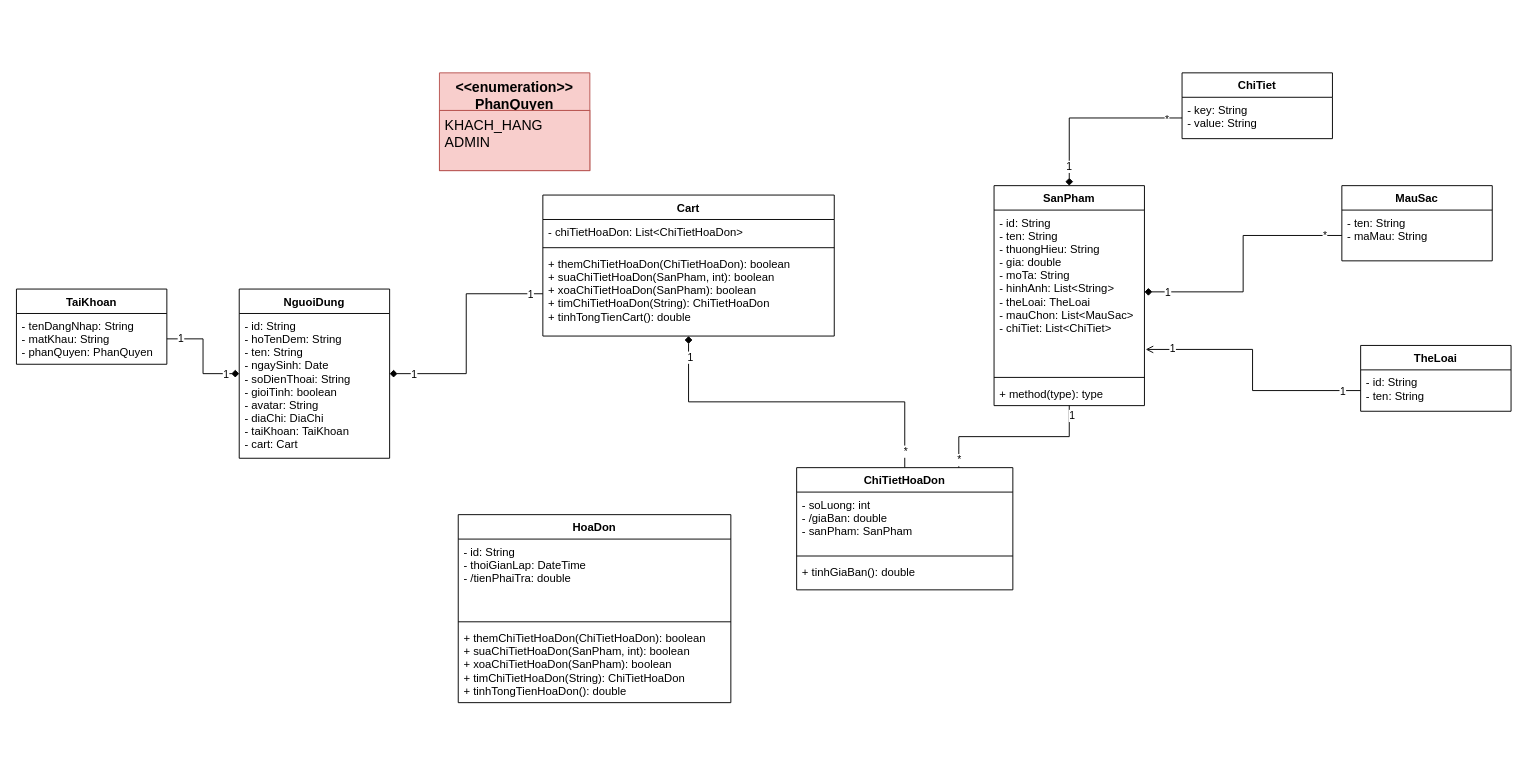
Above: Untitled Diagram.drawio in duchoan6814/Truong-Duc-Hoan (draw.io), before the change. Source tidied: cells renumbered, new cells numbered last; positions are measured from the earlier drawing's top-left corner, leaving out a move shared by most shapes. Both pictures are drawn from the tidied source at 94%, with x=0, y=0 at pixel (16, 72).
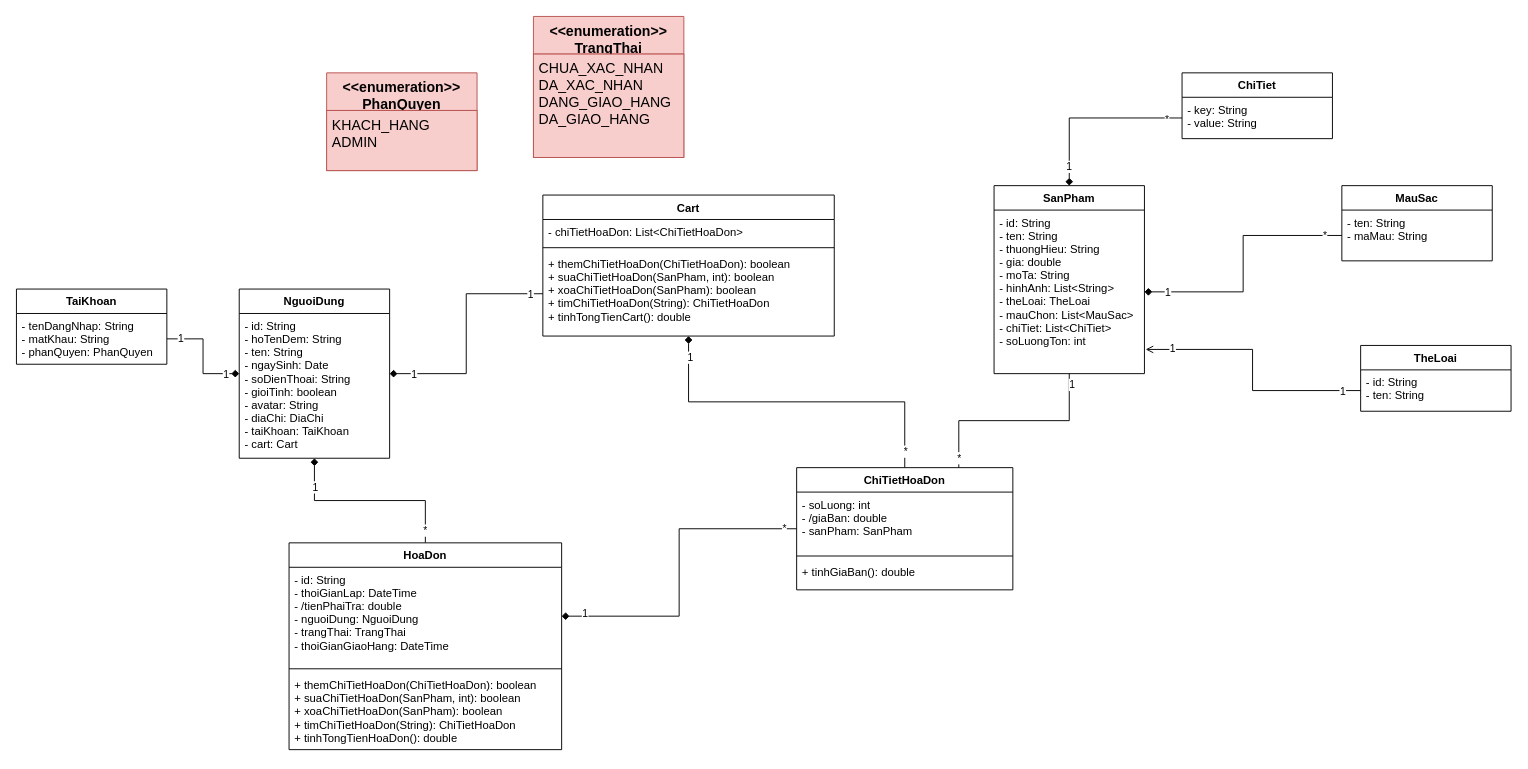
Above is the later version.

Unchanged cells that the change refers to:
```xml
<mxCell id="21" value="NguoiDung" style="swimlane;fontStyle=1;align=center;verticalAlign=top;horizontal=1;startSize=26;" parent="1" vertex="1">
  <mxGeometry x="237" y="230" width="160" height="180" as="geometry" />
</mxCell>
<mxCell id="43" value="ChiTietHoaDon" style="swimlane;fontStyle=1;align=center;verticalAlign=top;horizontal=1;startSize=26;" parent="1" vertex="1">
  <mxGeometry x="830" y="420" width="230" height="130" as="geometry" />
</mxCell>
```

Change to the diagram source:
```diff
@@
     <mxCell id="4" value="SanPham" style="swimlane;fontStyle=1;align=center;verticalAlign=top;horizontal=1;startSize=26;" parent="1" vertex="1">
-      <mxGeometry x="1040" y="120" width="160" height="234" as="geometry" />
+      <mxGeometry x="1040" y="120" width="160" height="200" as="geometry" />
     </mxCell>
-    <mxCell id="5" value="- id: String&#10;- ten: String&#10;- thuongHieu: String&#10;- gia: double&#10;- moTa: String&#10;- hinhAnh: List&lt;String&gt;&#10;- theLoai: TheLoai&#10;- mauChon: List&lt;MauSac&gt;&#10;- chiTiet: List&lt;ChiTiet&gt;" style="text;strokeColor=none;fillColor=none;align=left;verticalAlign=top;spacingLeft=4;spacingRight=4;overflow=hidden;points=[[0,0.5],[1,0.5]];portConstraint=eastwest;" parent="4" vertex="1">
+    <mxCell id="5" value="- id: String&#10;- ten: String&#10;- thuongHieu: String&#10;- gia: double&#10;- moTa: String&#10;- hinhAnh: List&lt;String&gt;&#10;- theLoai: TheLoai&#10;- mauChon: List&lt;MauSac&gt;&#10;- chiTiet: List&lt;ChiTiet&gt;&#10;- soLuongTon: int" style="text;strokeColor=none;fillColor=none;align=left;verticalAlign=top;spacingLeft=4;spacingRight=4;overflow=hidden;points=[[0,0.5],[1,0.5]];portConstraint=eastwest;" parent="4" vertex="1">
       <mxGeometry y="26" width="160" height="174" as="geometry" />
     </mxCell>
-    <mxCell id="6" style="line;strokeWidth=1;fillColor=none;align=left;verticalAlign=middle;spacingTop=-1;spacingLeft=3;spacingRight=3;labelPosition=right;" parent="4" vertex="1">
-      <mxGeometry y="200" width="160" height="8" as="geometry" />
-    </mxCell>
-    <mxCell id="7" value="+ method(type): type" style="text;strokeColor=none;fillColor=none;align=left;verticalAlign=top;spacingLeft=4;spacingRight=4;overflow=hidden;" parent="4" vertex="1">
-      <mxGeometry y="208" width="160" height="26" as="geometry" />
-    </mxCell>
@@
     <mxCell id="25" value="&lt;&lt;enumeration&gt;&gt;&#10;PhanQuyen" style="swimlane;fontStyle=1;align=center;verticalAlign=top;horizontal=1;startSize=40;fillColor=#f8cecc;strokeColor=#b85450;fontSize=15;" parent="1" vertex="1">
-      <mxGeometry x="450" width="160" height="104" as="geometry" />
+      <mxGeometry x="330" width="160" height="104" as="geometry" />
     </mxCell>
@@
+    <mxCell id="51" style="edgeStyle=orthogonalEdgeStyle;rounded=0;jettySize=auto;html=1;exitX=0.5;exitY=0;exitDx=0;exitDy=0;endArrow=diamond;endFill=1;" parent="1" edge="1" source="47" target="21">
+      <mxGeometry relative="1" as="geometry" />
+    </mxCell>
+    <mxCell id="52" value="1" style="edgeLabel;html=1;align=center;verticalAlign=middle;" parent="51" vertex="1">
+      <mxGeometry x="0.71" relative="1" as="geometry" />
+    </mxCell>
+    <mxCell id="53" value="*" style="edgeLabel;html=1;align=center;verticalAlign=middle;" parent="51" vertex="1">
+      <mxGeometry x="-0.87" y="1" relative="1" as="geometry" />
+    </mxCell>
     <mxCell id="47" value="HoaDon" style="swimlane;fontStyle=1;align=center;verticalAlign=top;horizontal=1;startSize=26;" parent="1" vertex="1">
-      <mxGeometry x="470" y="470" width="290" height="200" as="geometry" />
+      <mxGeometry x="290" y="500" width="290" height="220" as="geometry" />
     </mxCell>
-    <mxCell id="48" value="- id: String&#10;- thoiGianLap: DateTime&#10;- /tienPhaiTra: double" style="text;strokeColor=none;fillColor=none;align=left;verticalAlign=top;spacingLeft=4;spacingRight=4;overflow=hidden;points=[[0,0.5],[1,0.5]];portConstraint=eastwest;" parent="47" vertex="1">
-      <mxGeometry y="26" width="290" height="84" as="geometry" />
+    <mxCell id="48" value="- id: String&#10;- thoiGianLap: DateTime&#10;- /tienPhaiTra: double&#10;- nguoiDung: NguoiDung&#10;- trangThai: TrangThai&#10;- thoiGianGiaoHang: DateTime " style="text;strokeColor=none;fillColor=none;align=left;verticalAlign=top;spacingLeft=4;spacingRight=4;overflow=hidden;points=[[0,0.5],[1,0.5]];portConstraint=eastwest;" parent="47" vertex="1">
+      <mxGeometry y="26" width="290" height="104" as="geometry" />
     </mxCell>
     <mxCell id="49" style="line;strokeWidth=1;fillColor=none;align=left;verticalAlign=middle;spacingTop=-1;spacingLeft=3;spacingRight=3;labelPosition=right;" parent="47" vertex="1">
-      <mxGeometry y="110" width="290" height="8" as="geometry" />
+      <mxGeometry y="130" width="290" height="8" as="geometry" />
     </mxCell>
     <mxCell id="50" value="+ themChiTietHoaDon(ChiTietHoaDon): boolean&#10;+ suaChiTietHoaDon(SanPham, int): boolean&#10;+ xoaChiTietHoaDon(SanPham): boolean&#10;+ timChiTietHoaDon(String): ChiTietHoaDon&#10;+ tinhTongTienHoaDon(): double" style="text;strokeColor=none;fillColor=none;align=left;verticalAlign=top;spacingLeft=4;spacingRight=4;overflow=hidden;" parent="47" vertex="1">
-      <mxGeometry y="118" width="290" height="82" as="geometry" />
+      <mxGeometry y="138" width="290" height="82" as="geometry" />
     </mxCell>
+    <mxCell id="54" style="edgeStyle=orthogonalEdgeStyle;rounded=0;jettySize=auto;html=1;exitX=1;exitY=0.5;exitDx=0;exitDy=0;endArrow=none;endFill=0;startArrow=diamond;startFill=1;" parent="1" edge="1" source="48" target="43">
+      <mxGeometry relative="1" as="geometry" />
+    </mxCell>
+    <mxCell id="55" value="1" style="edgeLabel;html=1;align=center;verticalAlign=middle;" parent="54" vertex="1">
+      <mxGeometry x="-0.86" y="4" relative="1" as="geometry" />
+    </mxCell>
+    <mxCell id="56" value="*" style="edgeLabel;html=1;align=center;verticalAlign=middle;" parent="54" vertex="1">
+      <mxGeometry x="0.92" y="1" relative="1" as="geometry" />
+    </mxCell>
+    <mxCell id="57" value="&lt;&lt;enumeration&gt;&gt;&#10;TrangThai" style="swimlane;fontStyle=1;align=center;verticalAlign=top;horizontal=1;startSize=40;fillColor=#f8cecc;strokeColor=#b85450;fontSize=15;" parent="1" vertex="1">
+      <mxGeometry x="550" y="-60" width="160" height="150" as="geometry" />
+    </mxCell>
+    <mxCell id="58" value="CHUA_XAC_NHAN&#10;DA_XAC_NHAN&#10;DANG_GIAO_HANG&#10;DA_GIAO_HANG" style="text;strokeColor=#b85450;fillColor=#f8cecc;align=left;verticalAlign=top;spacingLeft=4;spacingRight=4;overflow=hidden;fontSize=15;" parent="57" vertex="1">
+      <mxGeometry y="40" width="160" height="110" as="geometry" />
+    </mxCell>
```
